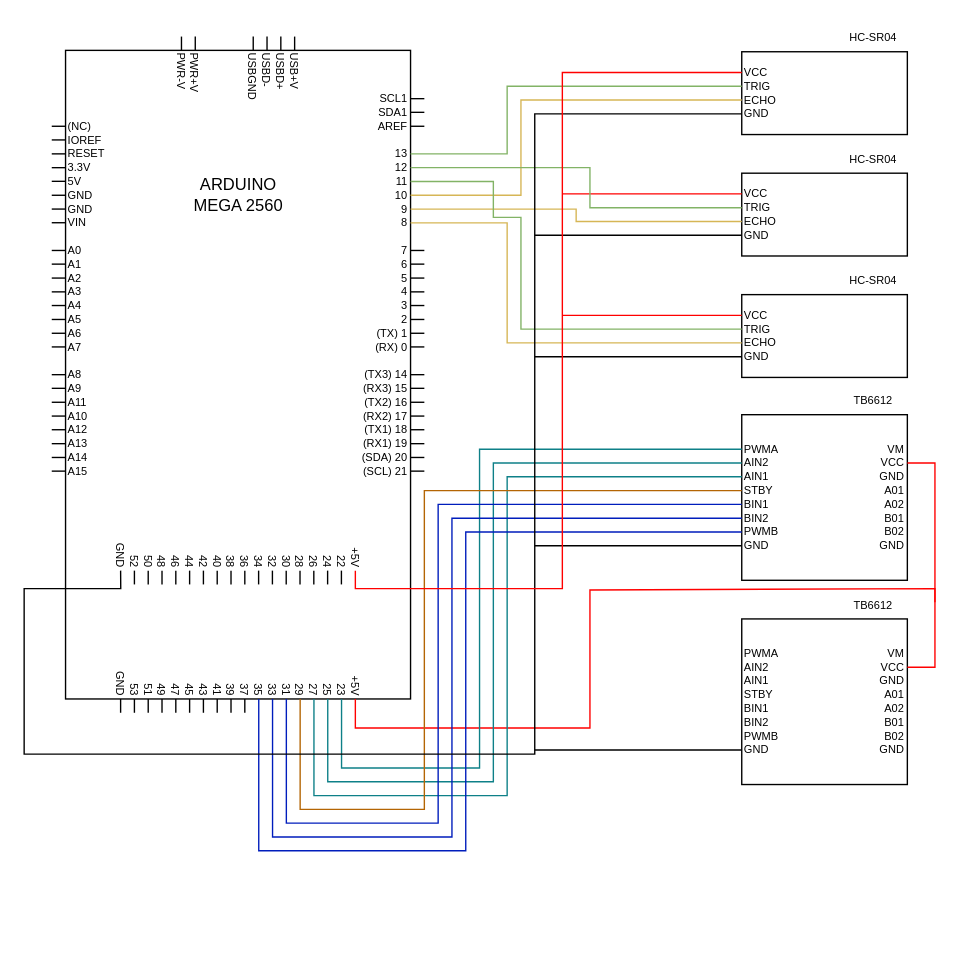
The draw.io diagram Наработки/Принципиальная схема.drawio in AlexRussellGit/VKR---Russell-Alexander, before the edit. Source tidied: cells renumbered, new cells numbered last; positions are measured from the earlier drawing's top-left corner, leaving out a move shared by most shapes. Both pictures are drawn from the tidied source at 138%, with x=0, y=0 at pixel (23, 23).
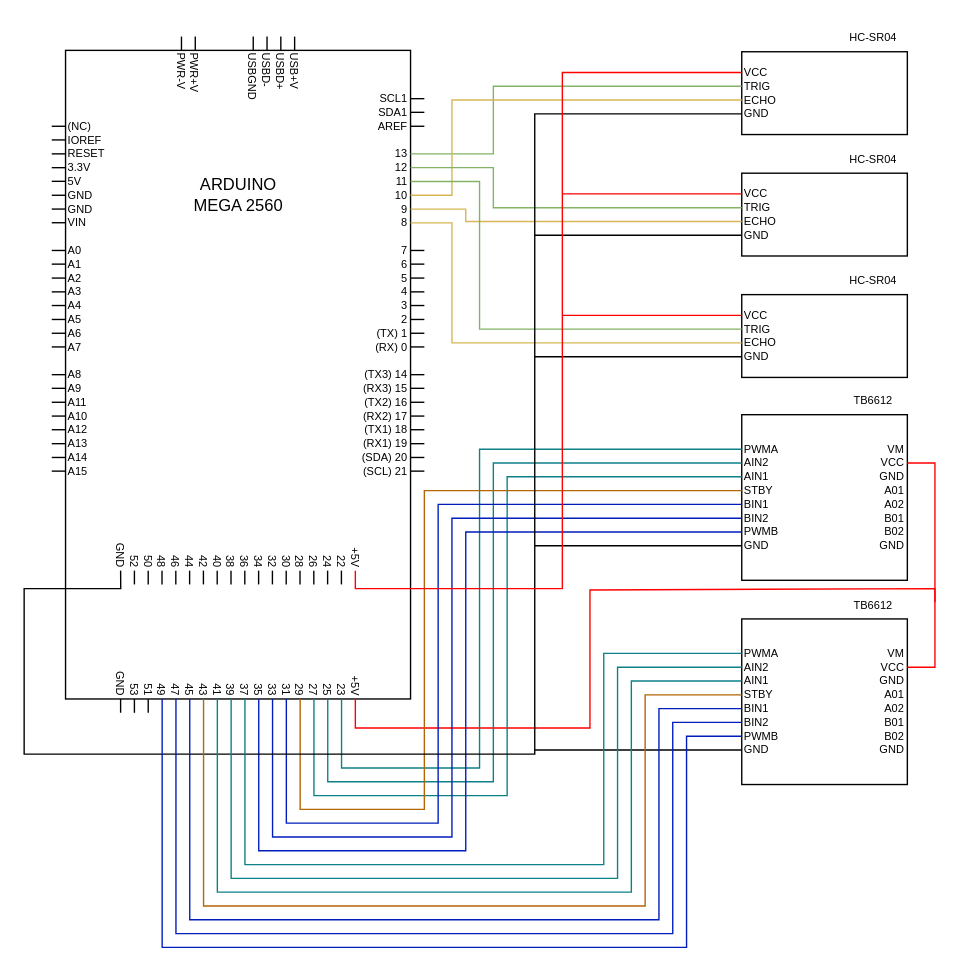
The same diagram, later.

The change refers to these unchanged cells:
```xml
<mxCell id="15" value="13" style="text;html=1;strokeColor=none;fillColor=none;align=right;verticalAlign=middle;whiteSpace=wrap;rounded=0;rotation=0;fontSize=8;" parent="1" vertex="1">
<mxCell id="16" value="12" style="text;html=1;strokeColor=none;fillColor=none;align=right;verticalAlign=middle;whiteSpace=wrap;rounded=0;rotation=0;fontSize=8;" parent="1" vertex="1">
<mxCell id="17" value="11" style="text;html=1;strokeColor=none;fillColor=none;align=right;verticalAlign=middle;whiteSpace=wrap;rounded=0;rotation=0;fontSize=8;" parent="1" vertex="1">
<mxCell id="18" value="10" style="text;html=1;strokeColor=none;fillColor=none;align=right;verticalAlign=middle;whiteSpace=wrap;rounded=0;rotation=0;fontSize=8;" parent="1" vertex="1">
<mxCell id="19" value="9" style="text;html=1;strokeColor=none;fillColor=none;align=right;verticalAlign=middle;whiteSpace=wrap;rounded=0;rotation=0;fontSize=8;" parent="1" vertex="1">
<mxCell id="20" value="8" style="text;html=1;strokeColor=none;fillColor=none;align=right;verticalAlign=middle;whiteSpace=wrap;rounded=0;rotation=0;fontSize=8;" parent="1" vertex="1">
<mxCell id="100" value="37" style="text;html=1;strokeColor=none;fillColor=none;align=right;verticalAlign=middle;whiteSpace=wrap;rounded=0;rotation=90;fontSize=8;" parent="1" vertex="1">
<mxCell id="101" value="39" style="text;html=1;strokeColor=none;fillColor=none;align=right;verticalAlign=middle;whiteSpace=wrap;rounded=0;rotation=90;fontSize=8;" parent="1" vertex="1">
<mxCell id="102" value="41" style="text;html=1;strokeColor=none;fillColor=none;align=right;verticalAlign=middle;whiteSpace=wrap;rounded=0;rotation=90;fontSize=8;" parent="1" vertex="1">
<mxCell id="103" value="43" style="text;html=1;strokeColor=none;fillColor=none;align=right;verticalAlign=middle;whiteSpace=wrap;rounded=0;rotation=90;fontSize=8;" parent="1" vertex="1">
<mxCell id="104" value="45" style="text;html=1;strokeColor=none;fillColor=none;align=right;verticalAlign=middle;whiteSpace=wrap;rounded=0;rotation=90;fontSize=8;" parent="1" vertex="1">
<mxCell id="105" value="47" style="text;html=1;strokeColor=none;fillColor=none;align=right;verticalAlign=middle;whiteSpace=wrap;rounded=0;rotation=90;fontSize=8;" parent="1" vertex="1">
<mxCell id="106" value="49" style="text;html=1;strokeColor=none;fillColor=none;align=right;verticalAlign=middle;whiteSpace=wrap;rounded=0;rotation=90;fontSize=8;" parent="1" vertex="1">
<mxCell id="177" value="TRIG" style="text;html=1;strokeColor=none;fillColor=none;align=left;verticalAlign=middle;whiteSpace=wrap;rounded=0;rotation=0;fontSize=8;" parent="1" vertex="1">
<mxCell id="178" value="ECHO" style="text;html=1;strokeColor=none;fillColor=none;align=left;verticalAlign=middle;whiteSpace=wrap;rounded=0;rotation=0;fontSize=8;" parent="1" vertex="1">
<mxCell id="183" value="TRIG" style="text;html=1;strokeColor=none;fillColor=none;align=left;verticalAlign=middle;whiteSpace=wrap;rounded=0;rotation=0;fontSize=8;" parent="1" vertex="1">
<mxCell id="184" value="ECHO" style="text;html=1;strokeColor=none;fillColor=none;align=left;verticalAlign=middle;whiteSpace=wrap;rounded=0;rotation=0;fontSize=8;" parent="1" vertex="1">
<mxCell id="191" value="TRIG" style="text;html=1;strokeColor=none;fillColor=none;align=left;verticalAlign=middle;whiteSpace=wrap;rounded=0;rotation=0;fontSize=8;" parent="1" vertex="1">
<mxCell id="192" value="ECHO" style="text;html=1;strokeColor=none;fillColor=none;align=left;verticalAlign=middle;whiteSpace=wrap;rounded=0;rotation=0;fontSize=8;" parent="1" vertex="1">
<mxCell id="217" value="PWMA" style="text;html=1;strokeColor=none;fillColor=none;align=left;verticalAlign=middle;whiteSpace=wrap;rounded=0;rotation=0;fontSize=8;" parent="1" vertex="1">
<mxCell id="218" value="AIN2" style="text;html=1;strokeColor=none;fillColor=none;align=left;verticalAlign=middle;whiteSpace=wrap;rounded=0;rotation=0;fontSize=8;" parent="1" vertex="1">
<mxCell id="219" value="AIN1" style="text;html=1;strokeColor=none;fillColor=none;align=left;verticalAlign=middle;whiteSpace=wrap;rounded=0;rotation=0;fontSize=8;" parent="1" vertex="1">
<mxCell id="220" value="STBY" style="text;html=1;strokeColor=none;fillColor=none;align=left;verticalAlign=middle;whiteSpace=wrap;rounded=0;rotation=0;fontSize=8;" parent="1" vertex="1">
<mxCell id="221" value="BIN1" style="text;html=1;strokeColor=none;fillColor=none;align=left;verticalAlign=middle;whiteSpace=wrap;rounded=0;rotation=0;fontSize=8;" parent="1" vertex="1">
<mxCell id="222" value="BIN2" style="text;html=1;strokeColor=none;fillColor=none;align=left;verticalAlign=middle;whiteSpace=wrap;rounded=0;rotation=0;fontSize=8;" parent="1" vertex="1">
<mxCell id="223" value="PWMB" style="text;html=1;strokeColor=none;fillColor=none;align=left;verticalAlign=middle;whiteSpace=wrap;rounded=0;rotation=0;fontSize=8;" parent="1" vertex="1">
```

What changed in the source:
```diff
@@
-    <mxCell id="139" style="endArrow=none;html=1;rounded=0;fontSize=8;entryX=0;entryY=0.5;entryDx=0;entryDy=0;align=right;" parent="1" edge="1">
-      <mxGeometry relative="1" as="geometry">
-        <mxPoint x="159.9" y="489" as="sourcePoint" />
-        <mxPoint x="159.9" y="499" as="targetPoint" />
-      </mxGeometry>
-    </mxCell>
-    <mxCell id="140" style="endArrow=none;html=1;rounded=0;fontSize=8;entryX=0;entryY=0.5;entryDx=0;entryDy=0;align=right;" parent="1" edge="1">
-      <mxGeometry relative="1" as="geometry">
-        <mxPoint x="149.9" y="489" as="sourcePoint" />
-        <mxPoint x="149.9" y="499" as="targetPoint" />
-      </mxGeometry>
-    </mxCell>
-    <mxCell id="141" style="endArrow=none;html=1;rounded=0;fontSize=8;entryX=0;entryY=0.5;entryDx=0;entryDy=0;align=right;" parent="1" edge="1">
-      <mxGeometry relative="1" as="geometry">
-        <mxPoint x="139.9" y="489" as="sourcePoint" />
-        <mxPoint x="139.9" y="499" as="targetPoint" />
-      </mxGeometry>
-    </mxCell>
-    <mxCell id="142" style="endArrow=none;html=1;rounded=0;fontSize=8;entryX=0;entryY=0.5;entryDx=0;entryDy=0;align=right;" parent="1" edge="1">
-      <mxGeometry relative="1" as="geometry">
-        <mxPoint x="129.9" y="489" as="sourcePoint" />
-        <mxPoint x="129.9" y="499" as="targetPoint" />
-      </mxGeometry>
-    </mxCell>
-    <mxCell id="143" style="endArrow=none;html=1;rounded=0;fontSize=8;entryX=0;entryY=0.5;entryDx=0;entryDy=0;align=right;" parent="1" edge="1">
-      <mxGeometry relative="1" as="geometry">
-        <mxPoint x="119.9" y="489" as="sourcePoint" />
-        <mxPoint x="119.9" y="499" as="targetPoint" />
-      </mxGeometry>
-    </mxCell>
-    <mxCell id="144" style="endArrow=none;html=1;rounded=0;fontSize=8;entryX=0;entryY=0.5;entryDx=0;entryDy=0;align=right;" parent="1" edge="1">
-      <mxGeometry relative="1" as="geometry">
-        <mxPoint x="109.9" y="489" as="sourcePoint" />
-        <mxPoint x="109.9" y="499" as="targetPoint" />
-      </mxGeometry>
-    </mxCell>
-    <mxCell id="145" style="endArrow=none;html=1;rounded=0;fontSize=8;entryX=0;entryY=0.5;entryDx=0;entryDy=0;align=right;" parent="1" edge="1">
-      <mxGeometry relative="1" as="geometry">
-        <mxPoint x="99.9" y="489" as="sourcePoint" />
-        <mxPoint x="99.9" y="499" as="targetPoint" />
-      </mxGeometry>
-    </mxCell>
@@
     <mxCell id="180" style="endArrow=none;html=1;rounded=0;fontSize=8;entryX=1;entryY=0.5;entryDx=0;entryDy=0;fillColor=#d5e8d4;strokeColor=#82b366;exitX=0;exitY=0.5;exitDx=0;exitDy=0;" parent="1" edge="1" source="177" target="15">
       <mxGeometry relative="1" as="geometry">
         <Array as="points">
-          <mxPoint x="350" y="45" />
-          <mxPoint x="350" y="94" />
+          <mxPoint x="340" y="45" />
+          <mxPoint x="340" y="94" />
           <mxPoint x="290" y="94" />
         </Array>
       </mxGeometry>
     </mxCell>
     <mxCell id="181" style="endArrow=none;html=1;rounded=0;fontSize=8;entryX=1;entryY=0.5;entryDx=0;entryDy=0;fillColor=#fff2cc;strokeColor=#d6b656;exitX=0;exitY=0.5;exitDx=0;exitDy=0;" parent="1" edge="1" source="178" target="18">
       <mxGeometry relative="1" as="geometry">
         <Array as="points">
-          <mxPoint x="360" y="55" />
-          <mxPoint x="360" y="124" />
+          <mxPoint x="310" y="55" />
+          <mxPoint x="310" y="124" />
         </Array>
       </mxGeometry>
     </mxCell>
@@
     <mxCell id="187" style="endArrow=none;html=1;rounded=0;fontSize=8;entryX=1;entryY=0.5;entryDx=0;entryDy=0;fillColor=#d5e8d4;strokeColor=#82b366;exitX=0;exitY=0.5;exitDx=0;exitDy=0;" parent="1" edge="1" source="183" target="16">
       <mxGeometry relative="1" as="geometry">
         <Array as="points">
-          <mxPoint x="410" y="133" />
-          <mxPoint x="410" y="104" />
+          <mxPoint x="340" y="133" />
+          <mxPoint x="340" y="104" />
         </Array>
       </mxGeometry>
     </mxCell>
     <mxCell id="188" style="endArrow=none;html=1;rounded=0;fontSize=8;entryX=1;entryY=0.5;entryDx=0;entryDy=0;fillColor=#fff2cc;strokeColor=#d6b656;exitX=0;exitY=0.5;exitDx=0;exitDy=0;" parent="1" edge="1" source="184" target="19">
       <mxGeometry relative="1" as="geometry">
         <Array as="points">
-          <mxPoint x="400" y="143" />
-          <mxPoint x="400" y="134" />
+          <mxPoint x="320" y="143" />
+          <mxPoint x="320" y="134" />
         </Array>
       </mxGeometry>
     </mxCell>
@@
     <mxCell id="195" style="endArrow=none;html=1;rounded=0;fontSize=8;entryX=1;entryY=0.5;entryDx=0;entryDy=0;fillColor=#d5e8d4;strokeColor=#82b366;exitX=0;exitY=0.5;exitDx=0;exitDy=0;" parent="1" edge="1" source="191" target="17">
       <mxGeometry relative="1" as="geometry">
         <Array as="points">
-          <mxPoint x="360" y="221" />
-          <mxPoint x="360" y="140" />
-          <mxPoint x="340" y="140" />
-          <mxPoint x="340" y="114" />
+          <mxPoint x="330" y="221" />
+          <mxPoint x="330" y="139" />
+          <mxPoint x="330" y="119" />
+          <mxPoint x="330" y="114" />
         </Array>
       </mxGeometry>
     </mxCell>
     <mxCell id="196" style="endArrow=none;html=1;rounded=0;fontSize=8;entryX=1;entryY=0.5;entryDx=0;entryDy=0;fillColor=#fff2cc;strokeColor=#d6b656;exitX=0;exitY=0.5;exitDx=0;exitDy=0;" parent="1" edge="1" source="192" target="20">
       <mxGeometry relative="1" as="geometry">
         <Array as="points">
-          <mxPoint x="350" y="231" />
-          <mxPoint x="350" y="144" />
+          <mxPoint x="310" y="231" />
+          <mxPoint x="310" y="144" />
         </Array>
       </mxGeometry>
     </mxCell>
@@
+    <mxCell id="247" style="endArrow=none;html=1;rounded=0;labelBackgroundColor=none;labelBorderColor=none;fontSize=8;fontColor=none;strokeColor=#0e8088;fillColor=#b0e3e6;entryX=0;entryY=0.5;entryDx=0;entryDy=0;exitX=1;exitY=0.5;exitDx=0;exitDy=0;" parent="1" edge="1" source="100" target="217">
+      <mxGeometry relative="1" as="geometry">
+        <Array as="points">
+          <mxPoint x="160" y="609" />
+          <mxPoint x="420" y="609" />
+          <mxPoint x="420" y="456" />
+        </Array>
+      </mxGeometry>
+    </mxCell>
+    <mxCell id="248" style="endArrow=none;html=1;rounded=0;labelBackgroundColor=none;labelBorderColor=none;fontSize=8;fontColor=none;strokeColor=#0e8088;fillColor=#b0e3e6;entryX=0;entryY=0.5;entryDx=0;entryDy=0;exitX=1;exitY=0.5;exitDx=0;exitDy=0;" parent="1" edge="1" source="101" target="218">
+      <mxGeometry relative="1" as="geometry">
+        <Array as="points">
+          <mxPoint x="150" y="619" />
+          <mxPoint x="430" y="619" />
+          <mxPoint x="430" y="466" />
+        </Array>
+      </mxGeometry>
+    </mxCell>
+    <mxCell id="249" style="endArrow=none;html=1;rounded=0;labelBackgroundColor=none;labelBorderColor=none;fontSize=8;fontColor=none;strokeColor=#0e8088;fillColor=#b0e3e6;entryX=0;entryY=0.5;entryDx=0;entryDy=0;exitX=1;exitY=0.5;exitDx=0;exitDy=0;" parent="1" edge="1" source="102" target="219">
+      <mxGeometry relative="1" as="geometry">
+        <Array as="points">
+          <mxPoint x="140" y="629" />
+          <mxPoint x="440" y="629" />
+          <mxPoint x="440" y="476" />
+        </Array>
+      </mxGeometry>
+    </mxCell>
+    <mxCell id="250" style="endArrow=none;html=1;rounded=0;labelBackgroundColor=none;labelBorderColor=none;fontSize=8;fontColor=none;strokeColor=#b46504;fillColor=#fad7ac;entryX=0;entryY=0.5;entryDx=0;entryDy=0;exitX=1;exitY=0.5;exitDx=0;exitDy=0;" parent="1" edge="1" source="103" target="220">
+      <mxGeometry relative="1" as="geometry">
+        <Array as="points">
+          <mxPoint x="130" y="639" />
+          <mxPoint x="450" y="639" />
+          <mxPoint x="450" y="486" />
+        </Array>
+      </mxGeometry>
+    </mxCell>
+    <mxCell id="251" style="endArrow=none;html=1;rounded=0;labelBackgroundColor=none;labelBorderColor=none;fontSize=8;fontColor=none;strokeColor=#001DBC;fillColor=#0050ef;entryX=0;entryY=0.5;entryDx=0;entryDy=0;exitX=1;exitY=0.5;exitDx=0;exitDy=0;" parent="1" edge="1" source="104" target="221">
+      <mxGeometry relative="1" as="geometry">
+        <Array as="points">
+          <mxPoint x="120" y="649" />
+          <mxPoint x="460" y="649" />
+          <mxPoint x="460" y="496" />
+        </Array>
+      </mxGeometry>
+    </mxCell>
+    <mxCell id="252" style="endArrow=none;html=1;rounded=0;labelBackgroundColor=none;labelBorderColor=none;fontSize=8;fontColor=none;strokeColor=#001DBC;fillColor=#0050ef;entryX=0;entryY=0.5;entryDx=0;entryDy=0;exitX=1;exitY=0.5;exitDx=0;exitDy=0;" parent="1" edge="1" source="105" target="222">
+      <mxGeometry relative="1" as="geometry">
+        <Array as="points">
+          <mxPoint x="110" y="659" />
+          <mxPoint x="470" y="659" />
+          <mxPoint x="470" y="506" />
+        </Array>
+      </mxGeometry>
+    </mxCell>
+    <mxCell id="253" style="endArrow=none;html=1;rounded=0;labelBackgroundColor=none;labelBorderColor=none;fontSize=8;fontColor=none;strokeColor=#001DBC;fillColor=#0050ef;entryX=0;entryY=0.5;entryDx=0;entryDy=0;exitX=1;exitY=0.5;exitDx=0;exitDy=0;" parent="1" edge="1" source="106" target="223">
+      <mxGeometry relative="1" as="geometry">
+        <Array as="points">
+          <mxPoint x="100" y="669" />
+          <mxPoint x="480" y="669" />
+          <mxPoint x="480" y="516" />
+        </Array>
+      </mxGeometry>
+    </mxCell>
```
